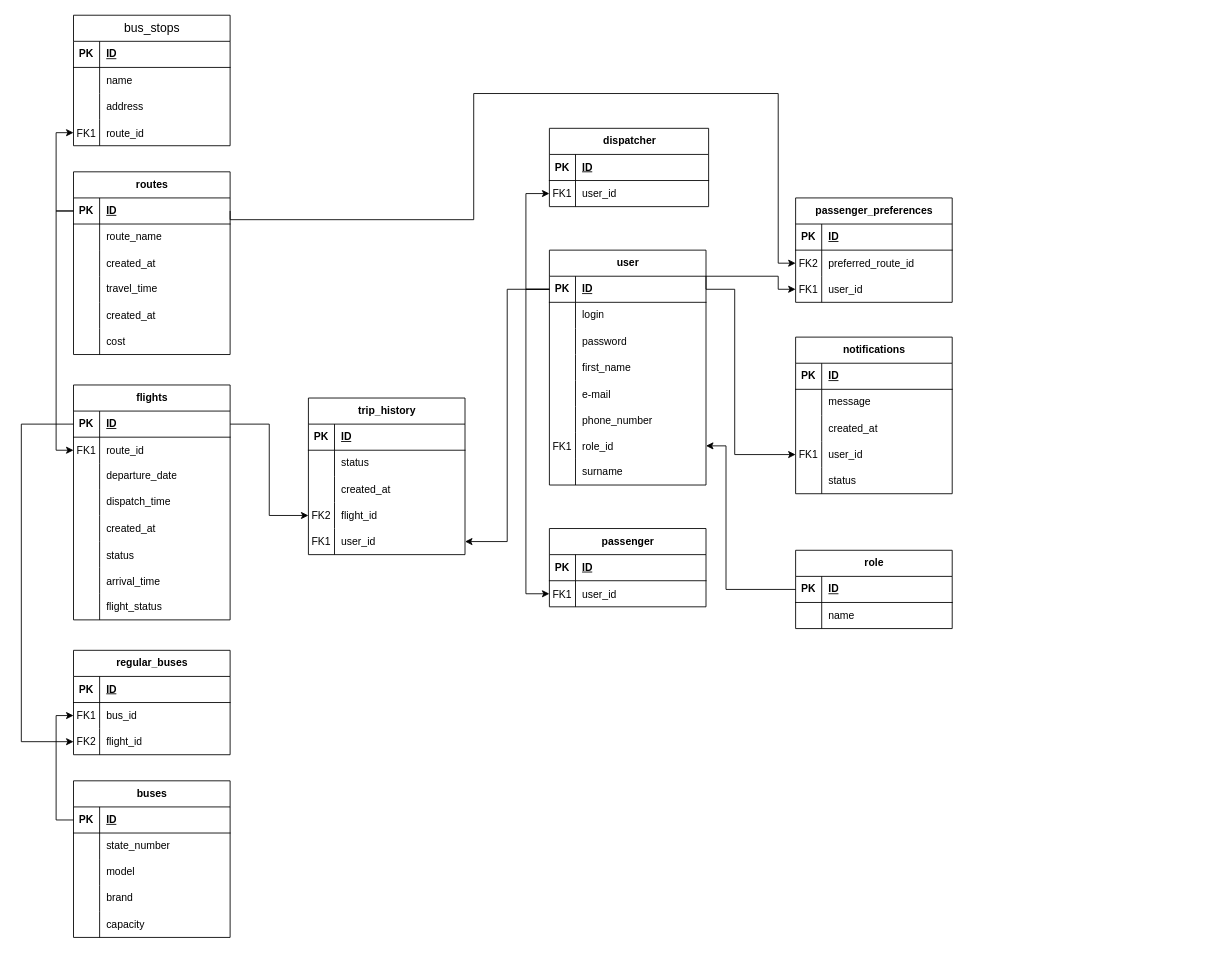
Above: page "Страница — 2" (2 of 2) of doc/er.drawio in IlyaSevastyanov/WorkSite (draw.io), before the change. Source tidied: cells renumbered, new cells numbered last; positions are measured from the earlier drawing's top-left corner, leaving out a move shared by most shapes. Both pictures are drawn from the tidied source at 87%, with x=0, y=0 at pixel (21, 15).
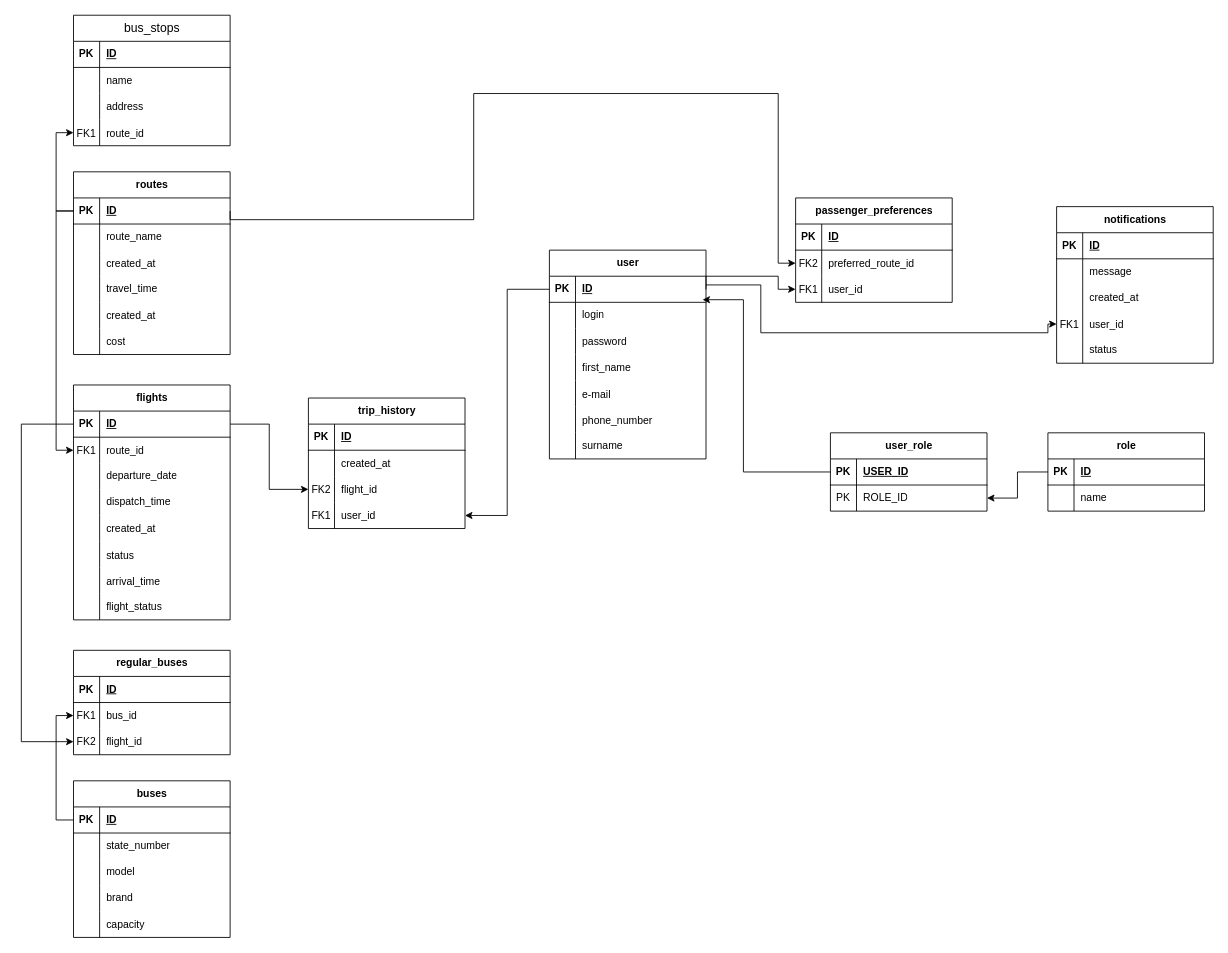
The same diagram, later.

The change refers to these unchanged cells:
```xml
<mxCell id="4" style="shape=tableRow;horizontal=0;startSize=0;swimlaneHead=0;swimlaneBody=0;fillColor=none;points=[[0,0.5],[1,0.5]];portConstraint=eastwest;top=0;left=0;right=0;bottom=1;" parent="3" vertex="1">
  <mxGeometry y="30" width="180" height="30" as="geometry" />
</mxCell>
<mxCell id="7" style="shape=tableRow;horizontal=0;startSize=0;swimlaneHead=0;swimlaneBody=0;fillColor=none;points=[[0,0.5],[1,0.5]];portConstraint=eastwest;top=0;left=0;right=0;bottom=0;" parent="3" vertex="1">
  <mxGeometry y="60" width="180" height="30" as="geometry" />
</mxCell>
<mxCell id="100" style="shape=tableRow;horizontal=0;startSize=0;swimlaneHead=0;swimlaneBody=0;fillColor=none;points=[[0,0.5],[1,0.5]];portConstraint=eastwest;top=0;left=0;right=0;bottom=1;" parent="99" vertex="1">
  <mxGeometry y="30" width="180" height="30" as="geometry" />
</mxCell>
<mxCell id="147" style="shape=tableRow;horizontal=0;startSize=0;swimlaneHead=0;swimlaneBody=0;fillColor=none;points=[[0,0.5],[1,0.5]];portConstraint=eastwest;top=0;left=0;right=0;bottom=0;" parent="137" vertex="1">
  <mxGeometry y="120" width="180" height="30" as="geometry" />
</mxCell>
```

The edit, as a diff of the source:
```diff
@@
     <mxCell id="3" value="user" style="shape=table;startSize=30;childLayout=tableLayout;rowLines=0;fontStyle=1;align=center;html=1;" parent="1" vertex="1">
-      <mxGeometry x="607" y="270" width="180" height="270" as="geometry" />
+      <mxGeometry x="607" y="270" width="180" height="240" as="geometry" />
     </mxCell>
@@
-    <mxCell id="22" style="shape=tableRow;horizontal=0;startSize=0;swimlaneHead=0;swimlaneBody=0;fillColor=none;points=[[0,0.5],[1,0.5]];portConstraint=eastwest;top=0;left=0;right=0;bottom=0;" parent="3" vertex="1">
-      <mxGeometry y="210" width="180" height="30" as="geometry" />
-    </mxCell>
-    <mxCell id="23" value="FK1" style="shape=partialRectangle;fillColor=none;top=0;left=0;bottom=0;right=0;overflow=hidden;" parent="22" vertex="1">
-      <mxGeometry width="30" height="30" as="geometry" />
-    </mxCell>
-    <mxCell id="24" value="role_id" style="shape=partialRectangle;fillColor=none;top=0;left=0;bottom=0;right=0;align=left;spacingLeft=6;overflow=hidden;" parent="22" vertex="1">
-      <mxGeometry x="30" width="150" height="30" as="geometry" />
-    </mxCell>
     <mxCell id="25" style="shape=tableRow;horizontal=0;startSize=0;swimlaneHead=0;swimlaneBody=0;fillColor=none;top=0;left=0;right=0;bottom=0;" parent="3" vertex="1">
-      <mxGeometry y="240" width="180" height="30" as="geometry" />
+      <mxGeometry y="210" width="180" height="30" as="geometry" />
     </mxCell>
@@
-    <mxCell id="28" value="dispatcher" style="shape=table;startSize=30;childLayout=tableLayout;rowLines=0;fontStyle=1;align=center;html=1;" parent="1" vertex="1">
-      <mxGeometry x="607" y="130" width="183" height="90" as="geometry" />
-    </mxCell>
-    <mxCell id="29" style="shape=tableRow;horizontal=0;startSize=0;swimlaneHead=0;swimlaneBody=0;fillColor=none;top=0;left=0;right=0;bottom=1;" parent="28" vertex="1">
-      <mxGeometry y="30" width="183" height="30" as="geometry" />
-    </mxCell>
-    <mxCell id="30" value="PK" style="shape=partialRectangle;fillColor=none;top=0;left=0;bottom=0;right=0;fontStyle=1;overflow=hidden;whiteSpace=wrap;html=1;" parent="29" vertex="1">
-      <mxGeometry width="30" height="30" as="geometry" />
-    </mxCell>
-    <mxCell id="31" value="ID" style="shape=partialRectangle;fillColor=none;top=0;left=0;bottom=0;right=0;align=left;spacingLeft=6;fontStyle=5;overflow=hidden;whiteSpace=wrap;html=1;" parent="29" vertex="1">
-      <mxGeometry x="30" width="153" height="30" as="geometry" />
-    </mxCell>
-    <mxCell id="32" style="shape=tableRow;horizontal=0;startSize=0;swimlaneHead=0;swimlaneBody=0;fillColor=none;points=[[0,0.5],[1,0.5]];portConstraint=eastwest;top=0;left=0;right=0;bottom=0;" parent="28" vertex="1">
-      <mxGeometry y="60" width="183" height="30" as="geometry" />
-    </mxCell>
-    <mxCell id="33" value="FK1" style="shape=partialRectangle;fillColor=none;top=0;left=0;bottom=0;right=0;overflow=hidden;" parent="32" vertex="1">
-      <mxGeometry width="30" height="30" as="geometry" />
-    </mxCell>
-    <mxCell id="34" value="user_id" style="shape=partialRectangle;fillColor=none;top=0;left=0;bottom=0;right=0;align=left;spacingLeft=6;overflow=hidden;" parent="32" vertex="1">
-      <mxGeometry x="30" width="153" height="30" as="geometry" />
-    </mxCell>
-    <mxCell id="35" value="passenger" style="shape=table;startSize=30;childLayout=tableLayout;rowLines=0;fontStyle=1;align=center;html=1;" parent="1" vertex="1">
-      <mxGeometry x="607" y="590" width="180" height="90" as="geometry" />
-    </mxCell>
-    <mxCell id="36" style="shape=tableRow;horizontal=0;startSize=0;swimlaneHead=0;swimlaneBody=0;fillColor=none;points=[[0,0.5],[1,0.5]];portConstraint=eastwest;top=0;left=0;right=0;bottom=1;" parent="35" vertex="1">
-      <mxGeometry y="30" width="180" height="30" as="geometry" />
-    </mxCell>
-    <mxCell id="37" value="PK" style="shape=partialRectangle;fillColor=none;top=0;left=0;bottom=0;right=0;fontStyle=1;overflow=hidden;whiteSpace=wrap;html=1;" parent="36" vertex="1">
-      <mxGeometry width="30" height="30" as="geometry" />
-    </mxCell>
-    <mxCell id="38" value="ID" style="shape=partialRectangle;fillColor=none;top=0;left=0;bottom=0;right=0;align=left;spacingLeft=6;fontStyle=5;overflow=hidden;whiteSpace=wrap;html=1;" parent="36" vertex="1">
-      <mxGeometry x="30" width="150" height="30" as="geometry" />
-    </mxCell>
-    <mxCell id="39" style="shape=tableRow;horizontal=0;startSize=0;swimlaneHead=0;swimlaneBody=0;fillColor=none;points=[[0,0.5],[1,0.5]];portConstraint=eastwest;top=0;left=0;right=0;bottom=0;" parent="35" vertex="1">
-      <mxGeometry y="60" width="180" height="30" as="geometry" />
-    </mxCell>
-    <mxCell id="40" value="FK1" style="shape=partialRectangle;fillColor=none;top=0;left=0;bottom=0;right=0;overflow=hidden;" parent="39" vertex="1">
-      <mxGeometry width="30" height="30" as="geometry" />
-    </mxCell>
-    <mxCell id="41" value="user_id" style="shape=partialRectangle;fillColor=none;top=0;left=0;bottom=0;right=0;align=left;spacingLeft=6;overflow=hidden;" parent="39" vertex="1">
-      <mxGeometry x="30" width="150" height="30" as="geometry" />
-    </mxCell>
@@
     <mxCell id="99" value="role" style="shape=table;startSize=30;childLayout=tableLayout;rowLines=0;fontStyle=1;align=center;html=1;" parent="1" vertex="1">
-      <mxGeometry x="890" y="615" width="180" height="90" as="geometry" />
+      <mxGeometry x="1180" y="480" width="180" height="90" as="geometry" />
     </mxCell>
@@
-    <mxCell id="116" style="edgeStyle=orthogonalEdgeStyle;rounded=0;jettySize=auto;html=1;exitX=0;exitY=0.5;exitDx=0;exitDy=0;entryX=1;entryY=0.5;entryDx=0;entryDy=0;" parent="1" edge="1" source="100" target="22">
-      <mxGeometry relative="1" as="geometry">
-        <Array as="points">
-          <mxPoint x="810" y="660" />
-          <mxPoint x="810" y="495" />
-        </Array>
-      </mxGeometry>
-    </mxCell>
-    <mxCell id="117" style="edgeStyle=orthogonalEdgeStyle;rounded=0;jettySize=auto;html=1;exitX=0;exitY=0.5;exitDx=0;exitDy=0;entryX=0;entryY=0.5;entryDx=0;entryDy=0;" parent="1" edge="1" source="4" target="39">
-      <mxGeometry relative="1" as="geometry">
-        <Array as="points">
-          <mxPoint x="580" y="315" />
-          <mxPoint x="580" y="665" />
-        </Array>
-      </mxGeometry>
-    </mxCell>
-    <mxCell id="118" style="edgeStyle=orthogonalEdgeStyle;rounded=0;jettySize=auto;html=1;exitX=0;exitY=0.5;exitDx=0;exitDy=0;entryX=0;entryY=0.5;entryDx=0;entryDy=0;" parent="1" edge="1" source="4" target="32">
-      <mxGeometry relative="1" as="geometry">
-        <Array as="points">
-          <mxPoint x="580" y="315" />
-          <mxPoint x="580" y="205" />
-        </Array>
-      </mxGeometry>
-    </mxCell>
@@
     <mxCell id="137" value="notifications" style="shape=table;startSize=30;childLayout=tableLayout;rowLines=0;fontStyle=1;align=center;html=1;" parent="1" vertex="1">
-      <mxGeometry x="890" y="370" width="180" height="180" as="geometry" />
+      <mxGeometry x="1190" y="220" width="180" height="180" as="geometry" />
     </mxCell>
@@
-    <mxCell id="153" style="edgeStyle=orthogonalEdgeStyle;rounded=0;jettySize=auto;html=1;exitX=1;exitY=0.5;exitDx=0;exitDy=0;entryX=0;entryY=0.5;entryDx=0;entryDy=0;" parent="1" edge="1" source="4" target="147">
-      <mxGeometry relative="1" as="geometry">
-        <Array as="points">
-          <mxPoint x="820" y="315" />
-          <mxPoint x="820" y="505" />
-        </Array>
-      </mxGeometry>
-    </mxCell>
@@
     <mxCell id="168" value="trip_history" style="shape=table;startSize=30;childLayout=tableLayout;rowLines=0;fontStyle=1;align=center;html=1;" parent="1" vertex="1">
-      <mxGeometry x="330" y="440" width="180" height="180" as="geometry" />
+      <mxGeometry x="330" y="440" width="180" height="150" as="geometry" />
     </mxCell>
@@
-    <mxCell id="172" style="shape=tableRow;horizontal=0;startSize=0;swimlaneHead=0;swimlaneBody=0;fillColor=none;top=0;left=0;right=0;bottom=0;" parent="168" vertex="1">
-      <mxGeometry y="60" width="180" height="30" as="geometry" />
-    </mxCell>
-    <mxCell id="173" style="shape=partialRectangle;fillColor=none;top=0;left=0;bottom=0;right=0;overflow=hidden;whiteSpace=wrap;html=1;" parent="172" vertex="1">
-      <mxGeometry width="30" height="30" as="geometry" />
-    </mxCell>
-    <mxCell id="174" value="status" style="shape=partialRectangle;fillColor=none;top=0;left=0;bottom=0;right=0;align=left;spacingLeft=6;overflow=hidden;whiteSpace=wrap;html=1;" parent="172" vertex="1">
-      <mxGeometry x="30" width="150" height="30" as="geometry" />
-    </mxCell>
     <mxCell id="175" style="shape=tableRow;horizontal=0;startSize=0;swimlaneHead=0;swimlaneBody=0;fillColor=none;top=0;left=0;right=0;bottom=0;" parent="168" vertex="1">
-      <mxGeometry y="90" width="180" height="30" as="geometry" />
+      <mxGeometry y="60" width="180" height="30" as="geometry" />
     </mxCell>
@@
     <mxCell id="178" style="shape=tableRow;horizontal=0;startSize=0;swimlaneHead=0;swimlaneBody=0;fillColor=none;points=[[0,0.5],[1,0.5]];portConstraint=eastwest;top=0;left=0;right=0;bottom=0;" parent="168" vertex="1">
-      <mxGeometry y="120" width="180" height="30" as="geometry" />
+      <mxGeometry y="90" width="180" height="30" as="geometry" />
     </mxCell>
@@
     <mxCell id="181" style="shape=tableRow;horizontal=0;startSize=0;swimlaneHead=0;swimlaneBody=0;fillColor=none;points=[[0,0.5],[1,0.5]];portConstraint=eastwest;top=0;left=0;right=0;bottom=0;" parent="168" vertex="1">
-      <mxGeometry y="150" width="180" height="30" as="geometry" />
+      <mxGeometry y="120" width="180" height="30" as="geometry" />
     </mxCell>
@@
+    <mxCell id="186" style="edgeStyle=orthogonalEdgeStyle;rounded=0;jettySize=auto;html=1;exitX=1;exitY=0.5;exitDx=0;exitDy=0;entryX=0;entryY=0.5;entryDx=0;entryDy=0;" parent="1" edge="1" target="147">
+      <mxGeometry relative="1" as="geometry">
+        <mxPoint x="787" y="310" as="sourcePoint" />
+        <Array as="points">
+          <mxPoint x="850" y="310" />
+          <mxPoint x="850" y="365" />
+          <mxPoint x="1180" y="365" />
+          <mxPoint x="1180" y="355" />
+        </Array>
+      </mxGeometry>
+    </mxCell>
+    <mxCell id="187" value="user_role" style="shape=table;startSize=30;childLayout=tableLayout;rowLines=0;fontStyle=1;align=center;html=1;" parent="1" vertex="1">
+      <mxGeometry x="930" y="480" width="180" height="90" as="geometry" />
+    </mxCell>
+    <mxCell id="36" style="shape=tableRow;horizontal=0;startSize=0;swimlaneHead=0;swimlaneBody=0;fillColor=none;points=[[0,0.5],[1,0.5]];portConstraint=eastwest;top=0;left=0;right=0;bottom=1;" parent="187" vertex="1">
+      <mxGeometry y="30" width="180" height="30" as="geometry" />
+    </mxCell>
+    <mxCell id="188" value="PK" style="shape=partialRectangle;fillColor=none;top=0;left=0;bottom=0;right=0;fontStyle=1;overflow=hidden;whiteSpace=wrap;html=1;" parent="36" vertex="1">
+      <mxGeometry width="30" height="30" as="geometry" />
+    </mxCell>
+    <mxCell id="189" value="USER_ID" style="shape=partialRectangle;fillColor=none;top=0;left=0;bottom=0;right=0;align=left;spacingLeft=6;fontStyle=5;overflow=hidden;whiteSpace=wrap;html=1;" parent="36" vertex="1">
+      <mxGeometry x="30" width="150" height="30" as="geometry" />
+    </mxCell>
+    <mxCell id="190" style="shape=tableRow;horizontal=0;startSize=0;swimlaneHead=0;swimlaneBody=0;fillColor=none;points=[[0,0.5],[1,0.5]];portConstraint=eastwest;top=0;left=0;right=0;bottom=0;" parent="187" vertex="1">
+      <mxGeometry y="60" width="180" height="30" as="geometry" />
+    </mxCell>
+    <mxCell id="191" value="PK" style="shape=partialRectangle;fillColor=none;top=0;left=0;bottom=0;right=0;overflow=hidden;whiteSpace=wrap;html=1;" parent="190" vertex="1">
+      <mxGeometry width="30" height="30" as="geometry" />
+    </mxCell>
+    <mxCell id="192" value="ROLE_ID" style="shape=partialRectangle;fillColor=none;top=0;left=0;bottom=0;right=0;align=left;spacingLeft=6;overflow=hidden;whiteSpace=wrap;html=1;" parent="190" vertex="1">
+      <mxGeometry x="30" width="150" height="30" as="geometry" />
+    </mxCell>
+    <mxCell id="193" style="edgeStyle=orthogonalEdgeStyle;rounded=0;jettySize=auto;html=1;exitX=0;exitY=0.5;exitDx=0;exitDy=0;entryX=1;entryY=0.5;entryDx=0;entryDy=0;" parent="1" edge="1" source="100" target="190">
+      <mxGeometry relative="1" as="geometry" />
+    </mxCell>
+    <mxCell id="194" style="edgeStyle=orthogonalEdgeStyle;rounded=0;jettySize=auto;html=1;exitX=0;exitY=0.5;exitDx=0;exitDy=0;entryX=0.978;entryY=-0.1;entryDx=0;entryDy=0;entryPerimeter=0;" parent="1" edge="1" source="36" target="7">
+      <mxGeometry relative="1" as="geometry">
+        <Array as="points">
+          <mxPoint x="830" y="525" />
+          <mxPoint x="830" y="327" />
+        </Array>
+      </mxGeometry>
+    </mxCell>
```
